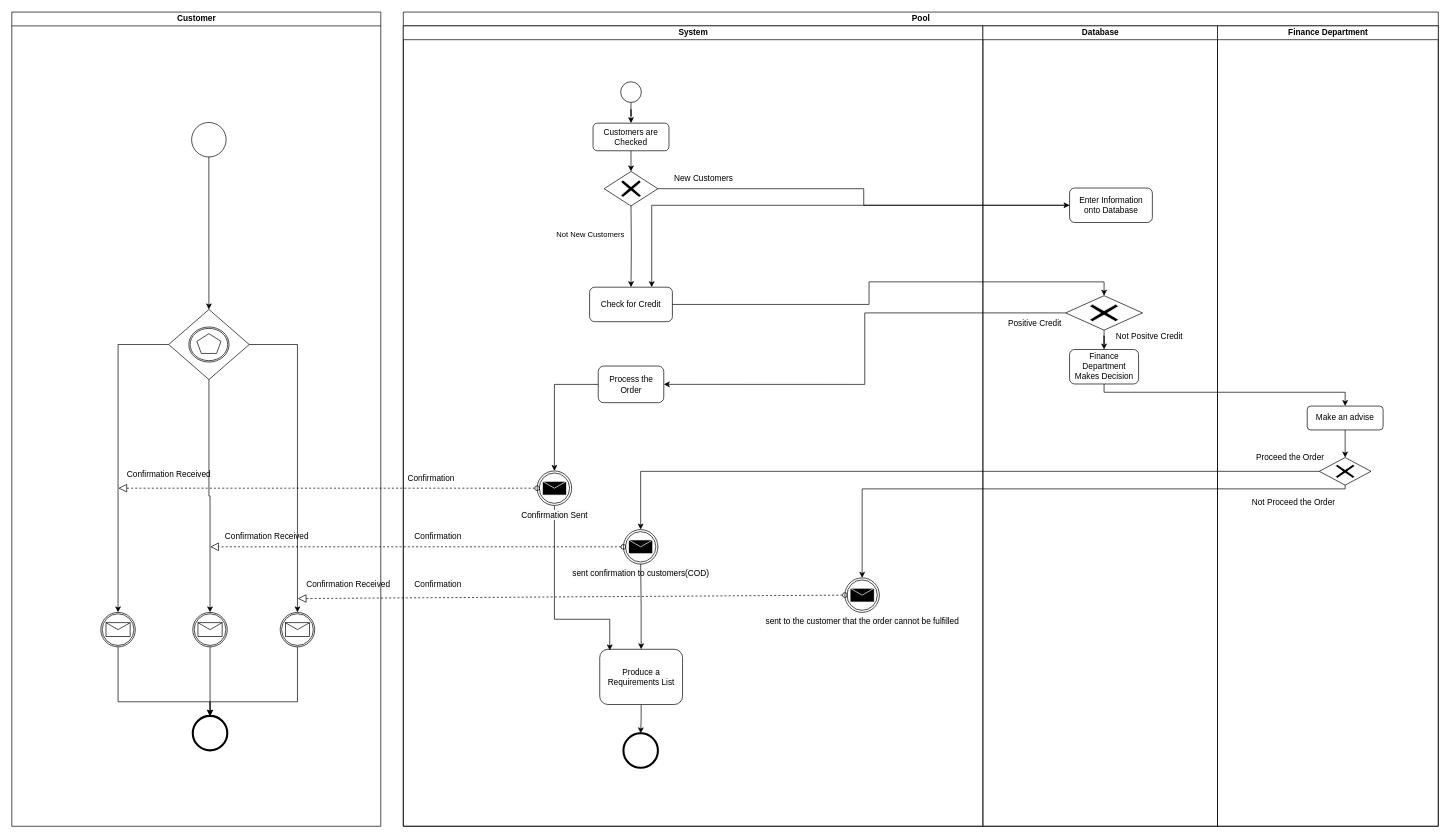
The draw.io diagram Untitled Diagram.drawio in RuichenPan/gitBasics, before the edit. Source tidied: cells renumbered, new cells numbered last; positions are measured from the earlier drawing's top-left corner, leaving out a move shared by most shapes. Both pictures are drawn from the tidied source at 69%, with x=0, y=0 at pixel (-211, 12).
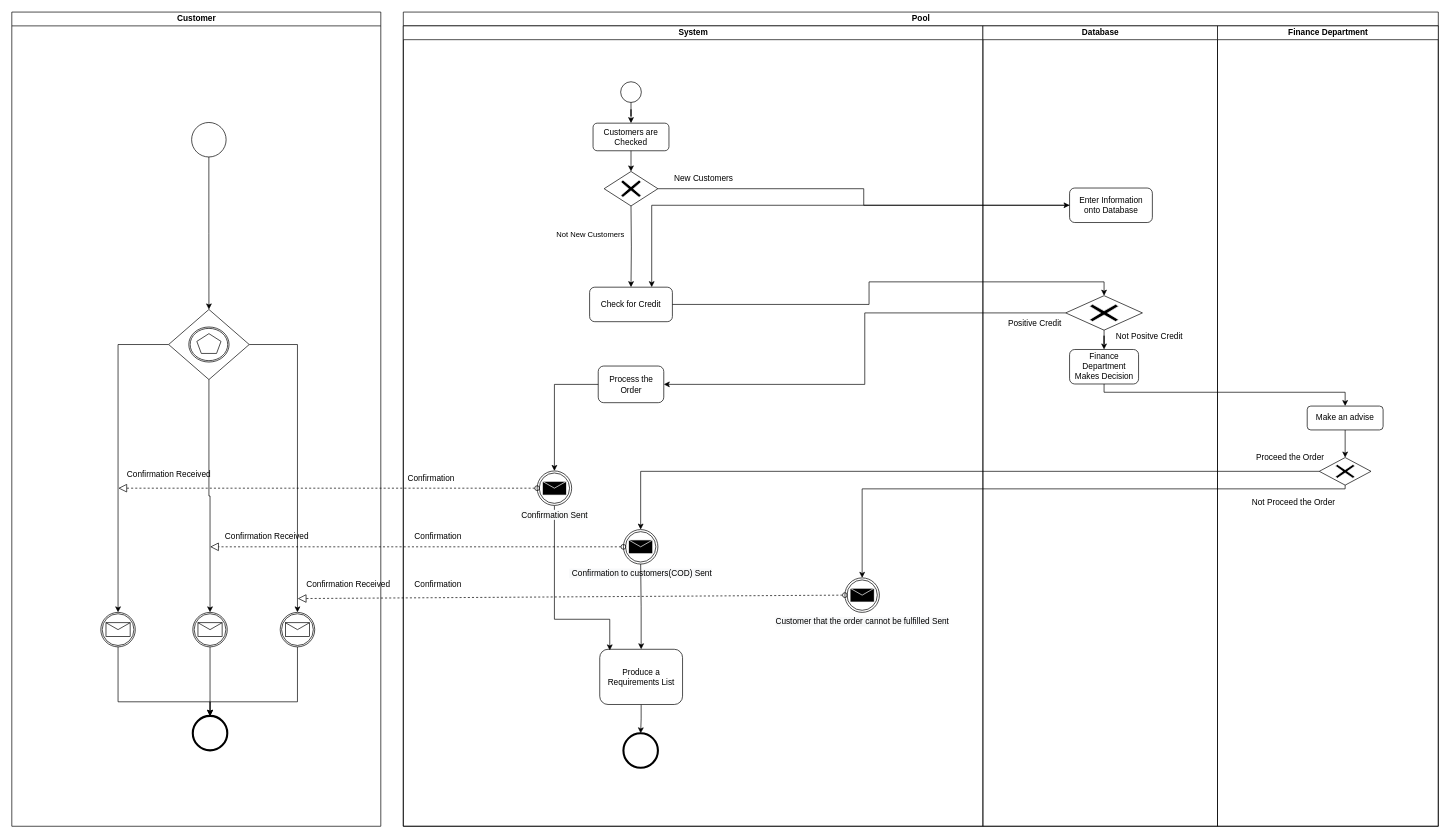
After the change.

Unchanged cells that the change refers to:
```xml
<mxCell id="3" value="System" style="swimlane;html=1;startSize=20;" parent="2" vertex="1">
  <mxGeometry y="20" width="840" height="1160" as="geometry" />
</mxCell>
```

Diff of the diagram source:
```diff
@@
-    <mxCell id="5" value="&lt;span style=&quot;background-color: rgb(248 , 249 , 250)&quot;&gt;sent confirmation to customers(COD)&lt;/span&gt;" style="shape=mxgraph.bpmn.shape;html=1;verticalLabelPosition=bottom;labelBackgroundColor=#ffffff;verticalAlign=top;align=center;perimeter=ellipsePerimeter;outlineConnect=0;outline=throwing;symbol=message;" parent="3" vertex="1">
+    <mxCell id="5" value="&lt;span style=&quot;background-color: rgb(248 , 249 , 250)&quot;&gt;&amp;nbsp;Confirmation to customers(COD) Sent&lt;/span&gt;" style="shape=mxgraph.bpmn.shape;html=1;verticalLabelPosition=bottom;labelBackgroundColor=#ffffff;verticalAlign=top;align=center;perimeter=ellipsePerimeter;outlineConnect=0;outline=throwing;symbol=message;" parent="3" vertex="1">
       <mxGeometry x="319" y="730" width="50" height="50" as="geometry" />
     </mxCell>
@@
-    <mxCell id="7" value="&lt;span style=&quot;background-color: rgb(248 , 249 , 250)&quot;&gt;sent to the customer that the order cannot be fulfilled&lt;/span&gt;" style="shape=mxgraph.bpmn.shape;html=1;verticalLabelPosition=bottom;labelBackgroundColor=#ffffff;verticalAlign=top;align=center;perimeter=ellipsePerimeter;outlineConnect=0;outline=throwing;symbol=message;" parent="3" vertex="1">
+    <mxCell id="7" value="&lt;span style=&quot;background-color: rgb(248 , 249 , 250)&quot;&gt;Customer that the order cannot be fulfilled Sent&lt;/span&gt;" style="shape=mxgraph.bpmn.shape;html=1;verticalLabelPosition=bottom;labelBackgroundColor=#ffffff;verticalAlign=top;align=center;perimeter=ellipsePerimeter;outlineConnect=0;outline=throwing;symbol=message;" parent="3" vertex="1">
       <mxGeometry x="640" y="800" width="50" height="50" as="geometry" />
     </mxCell>
```
